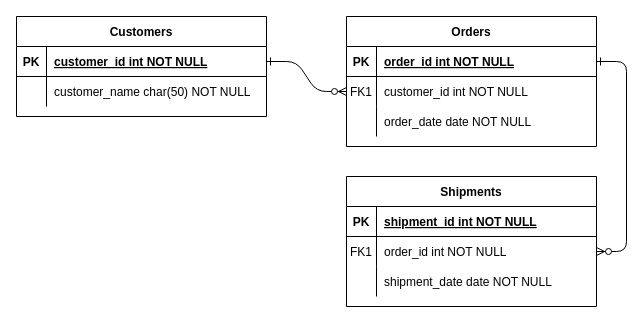
Above: Untitled Diagram.drawio in karanpreetkaur/data-models (draw.io), before the change. Source tidied: cells renumbered, new cells numbered last; positions are measured from the earlier drawing's top-left corner, leaving out a move shared by most shapes. Both pictures are drawn from the tidied source at 100%, with x=0, y=0 at pixel (16, 16).
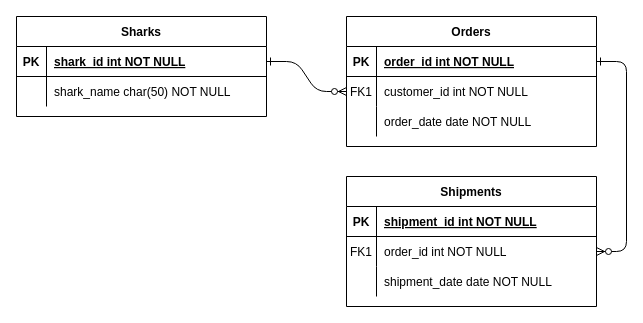
The same page after the edit.

Commit message:
Shark_Tank

Unchanged cells that the change refers to:
```xml
<mxCell id="25" style="shape=partialRectangle;fillColor=none;points=[[0,0.5],[1,0.5]];portConstraint=eastwest;top=0;left=0;right=0;bottom=1;" parent="24" vertex="1">
  <mxGeometry y="30" width="250" height="30" as="geometry" />
</mxCell>
<mxCell id="28" style="shape=partialRectangle;fillColor=none;top=0;left=0;right=0;bottom=0;" parent="24" vertex="1">
  <mxGeometry y="60" width="250" height="30" as="geometry" />
</mxCell>
```

Change to the diagram source:
```diff
@@
-    <mxCell id="24" value="Customers" style="shape=table;startSize=30;childLayout=tableLayout;rowLines=0;fontStyle=1;align=center;" parent="1" vertex="1">
+    <mxCell id="24" value="Sharks" style="shape=table;startSize=30;childLayout=tableLayout;rowLines=0;fontStyle=1;align=center;" parent="1" vertex="1">
       <mxGeometry width="250" height="100" as="geometry" />
     </mxCell>
@@
-    <mxCell id="27" value="customer_id int NOT NULL " style="shape=partialRectangle;overflow=hidden;fillColor=none;top=0;left=0;bottom=0;right=0;align=left;spacingLeft=6;fontStyle=5;" parent="25" vertex="1">
+    <mxCell id="27" value="shark_id int NOT NULL " style="shape=partialRectangle;overflow=hidden;fillColor=none;top=0;left=0;bottom=0;right=0;align=left;spacingLeft=6;fontStyle=5;" parent="25" vertex="1">
       <mxGeometry x="30" width="220" height="30" as="geometry" />
     </mxCell>
@@
-    <mxCell id="30" value="customer_name char(50) NOT NULL" style="shape=partialRectangle;overflow=hidden;fillColor=none;top=0;left=0;bottom=0;right=0;align=left;spacingLeft=6;" parent="28" vertex="1">
+    <mxCell id="30" value="shark_name char(50) NOT NULL" style="shape=partialRectangle;overflow=hidden;fillColor=none;top=0;left=0;bottom=0;right=0;align=left;spacingLeft=6;" parent="28" vertex="1">
       <mxGeometry x="30" width="220" height="30" as="geometry" />
     </mxCell>
```
